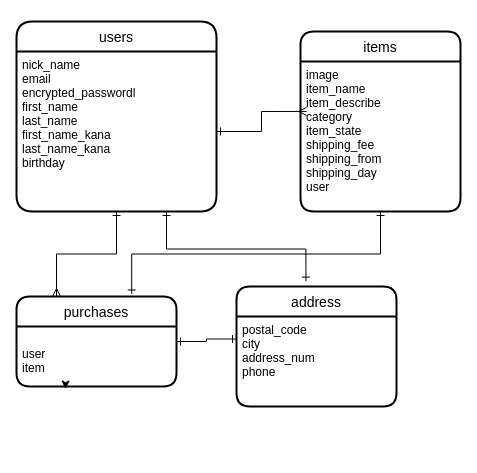
Above: ER.dio in KatoSayaka/furima-30589 (draw.io), before the change. Source tidied: cells renumbered, new cells numbered last; positions are measured from the earlier drawing's top-left corner, leaving out a move shared by most shapes. Both pictures are drawn from the tidied source at 100%, with x=0, y=0 at pixel (16, 21).
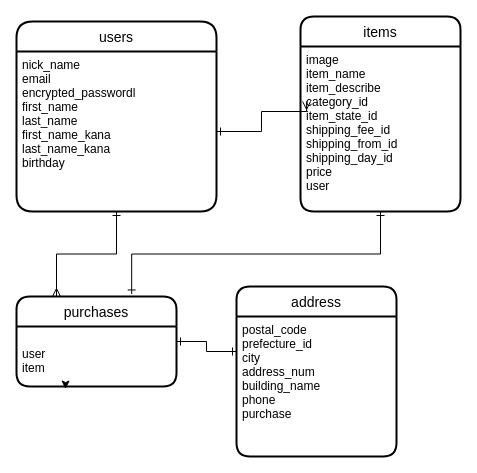
After the change.

Change to the diagram source:
```diff
@@
 <mxGraphModel>
   <root>
     <mxCell id="0" />
     <mxCell id="1" parent="0" />
     <mxCell id="2" style="edgeStyle=orthogonalEdgeStyle;jettySize=auto;html=1;exitX=1;exitY=0.5;exitDx=0;exitDy=0;entryX=0.038;entryY=0.333;entryDx=0;entryDy=0;entryPerimeter=0;rounded=0;startArrow=ERone;startFill=0;endArrow=ERmany;endFill=0;" parent="1" edge="1" source="5" target="8">
       <mxGeometry relative="1" as="geometry">
         <Array as="points">
           <mxPoint x="245" y="110" />
           <mxPoint x="245" y="90" />
         </Array>
       </mxGeometry>
     </mxCell>
     <mxCell id="3" style="edgeStyle=orthogonalEdgeStyle;rounded=0;jettySize=auto;html=1;exitX=0.5;exitY=1;exitDx=0;exitDy=0;entryX=0.72;entryY=-0.028;entryDx=0;entryDy=0;entryPerimeter=0;startArrow=ERone;startFill=0;endArrow=ERone;endFill=0;" parent="1" edge="1" source="8" target="11">
       <mxGeometry relative="1" as="geometry" />
     </mxCell>
     <mxCell id="4" value="users" style="swimlane;horizontal=1;startSize=30;rounded=1;fontSize=14;fontStyle=0;strokeWidth=2;shadow=0;dashed=0;align=center;arcSize=18;" parent="1" vertex="1">
       <mxGeometry width="200" height="190" as="geometry" />
     </mxCell>
     <mxCell id="5" value="nick_name&#10;email&#10;encrypted_passwordl&#10;first_name&#10;last_name&#10;first_name_kana&#10;last_name_kana&#10;birthday" style="align=left;strokeColor=none;fillColor=none;spacingLeft=4;fontSize=12;verticalAlign=top;" parent="4" vertex="1">
       <mxGeometry y="30" width="200" height="160" as="geometry" />
     </mxCell>
     <mxCell id="6" style="edgeStyle=orthogonalEdgeStyle;rounded=0;jettySize=auto;html=1;entryX=0.25;entryY=0;entryDx=0;entryDy=0;startArrow=ERone;startFill=0;endArrow=ERmany;endFill=0;" parent="1" edge="1" source="5" target="11">
       <mxGeometry relative="1" as="geometry" />
     </mxCell>
     <mxCell id="7" value="items" style="swimlane;horizontal=1;startSize=30;rounded=1;fontSize=14;fontStyle=0;strokeWidth=2;shadow=0;dashed=0;align=center;" parent="1" vertex="1">
-      <mxGeometry x="284" y="10" width="160" height="180" as="geometry" />
+      <mxGeometry x="284" y="-5" width="160" height="195" as="geometry" />
     </mxCell>
-    <mxCell id="8" value="image&#10;item_name&#10;item_describe&#10;category&#10;item_state&#10;shipping_fee&#10;shipping_from&#10;shipping_day&#10;user" style="align=left;strokeColor=none;fillColor=none;spacingLeft=4;fontSize=12;verticalAlign=top;" parent="7" vertex="1">
-      <mxGeometry y="30" width="160" height="150" as="geometry" />
+    <mxCell id="8" value="image&#10;item_name&#10;item_describe&#10;category_id&#10;item_state_id&#10;shipping_fee_id&#10;shipping_from_id&#10;shipping_day_id&#10;price&#10;user" style="align=left;strokeColor=none;fillColor=none;spacingLeft=4;fontSize=12;verticalAlign=top;" parent="7" vertex="1">
+      <mxGeometry y="30" width="160" height="165" as="geometry" />
     </mxCell>
     <mxCell id="9" value="address" style="swimlane;horizontal=1;startSize=30;rounded=1;fontSize=14;fontStyle=0;strokeWidth=2;shadow=0;dashed=0;align=center;" parent="1" vertex="1">
-      <mxGeometry x="220" y="265" width="160" height="120" as="geometry" />
+      <mxGeometry x="220" y="265" width="160" height="170" as="geometry" />
     </mxCell>
-    <mxCell id="10" value="postal_code&#10;city&#10;address_num&#10;phone" style="align=left;strokeColor=none;fillColor=none;spacingLeft=4;fontSize=12;verticalAlign=top;" parent="9" vertex="1">
-      <mxGeometry y="30" width="160" height="90" as="geometry" />
+    <mxCell id="10" value="postal_code&#10;prefecture_id&#10;city&#10;address_num&#10;building_name&#10;phone&#10;purchase" style="align=left;strokeColor=none;fillColor=none;spacingLeft=4;fontSize=12;verticalAlign=top;" parent="9" vertex="1">
+      <mxGeometry y="30" width="160" height="140" as="geometry" />
     </mxCell>
     <mxCell id="11" value="purchases" style="swimlane;horizontal=1;startSize=30;rounded=1;fontSize=14;fontStyle=0;strokeWidth=2;shadow=0;dashed=0;align=center;" parent="1" vertex="1">
       <mxGeometry y="275" width="160" height="90" as="geometry" />
     </mxCell>
     <mxCell id="12" value="&#10;user&#10;item&#10;" style="align=left;strokeColor=none;fillColor=none;spacingLeft=4;fontSize=12;verticalAlign=top;" parent="11" vertex="1">
       <mxGeometry y="30" width="160" height="60" as="geometry" />
     </mxCell>
     <mxCell id="13" style="edgeStyle=orthogonalEdgeStyle;rounded=0;orthogonalLoop=1;jettySize=auto;html=1;exitX=0.25;exitY=1;exitDx=0;exitDy=0;entryX=0.306;entryY=1.042;entryDx=0;entryDy=0;entryPerimeter=0;" parent="11" edge="1" source="12" target="12">
       <mxGeometry relative="1" as="geometry" />
     </mxCell>
     <mxCell id="14" style="edgeStyle=orthogonalEdgeStyle;rounded=0;orthogonalLoop=1;jettySize=auto;html=1;exitX=0.5;exitY=1;exitDx=0;exitDy=0;" parent="11" edge="1" source="12" target="12">
       <mxGeometry relative="1" as="geometry" />
     </mxCell>
     <mxCell id="15" style="edgeStyle=orthogonalEdgeStyle;rounded=0;jettySize=auto;html=1;exitX=1;exitY=0.25;exitDx=0;exitDy=0;entryX=0;entryY=0.25;entryDx=0;entryDy=0;endArrow=ERone;endFill=0;startArrow=ERone;startFill=0;" parent="1" edge="1" source="12" target="10">
       <mxGeometry relative="1" as="geometry" />
     </mxCell>
-    <mxCell id="16" style="edgeStyle=orthogonalEdgeStyle;rounded=0;jettySize=auto;html=1;exitX=0.75;exitY=1;exitDx=0;exitDy=0;entryX=0.434;entryY=-0.045;entryDx=0;entryDy=0;entryPerimeter=0;startArrow=ERone;startFill=0;endArrow=ERone;endFill=0;" parent="1" edge="1" source="5" target="9">
-      <mxGeometry relative="1" as="geometry" />
-    </mxCell>
   </root>
 </mxGraphModel>
```
